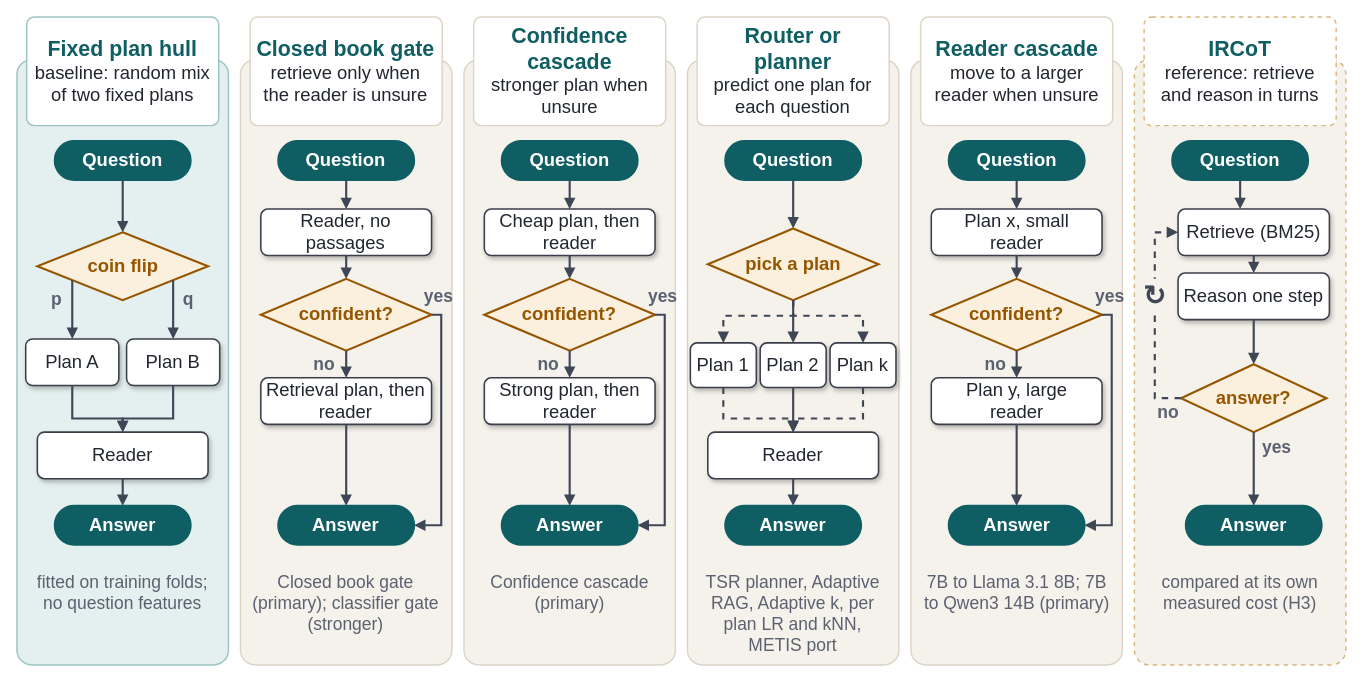
Above: results_full/figures_final/fig_policies.drawio in yasirsaleem-lab/FunnelPlan (draw.io), before the change. Source tidied: cells renumbered, new cells numbered last; positions are measured from the earlier drawing's top-left corner, leaving out a move shared by most shapes. Both pictures are drawn from the tidied source at 97%, with x=0, y=0 at pixel (16, 16).
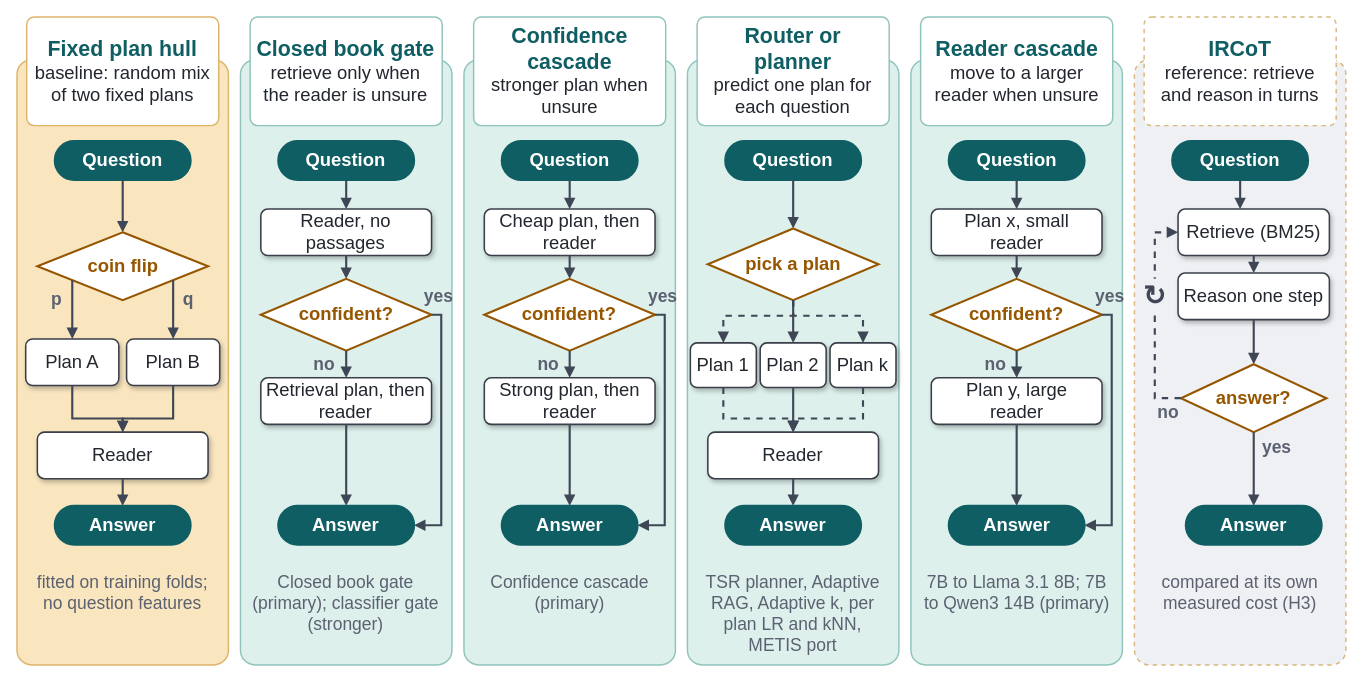
Above is the later version.

Commit message (it also covers changes not shown here):
Figures 1 and 2: brighter layer and column tints

The edit, as a diff of the source:
```diff
@@
-    <mxCell id="2" style="rounded=1;arcSize=7;html=1;fillColor=#E4F0EF;strokeColor=#9CC4C1;strokeWidth=1.5;" parent="1" vertex="1">
+    <mxCell id="2" style="rounded=1;arcSize=7;html=1;fillColor=#F9E6BF;strokeColor=#DDB46A;strokeWidth=1.5;" parent="1" vertex="1">
       <mxGeometry y="44" width="218" height="624" as="geometry" />
     </mxCell>
-    <mxCell id="3" style="rounded=1;arcSize=7;html=1;fillColor=#ffffff;strokeColor=#9CC4C1;strokeWidth=1.5;" parent="1" vertex="1">
+    <mxCell id="3" style="rounded=1;arcSize=7;html=1;fillColor=#ffffff;strokeColor=#DDB46A;strokeWidth=1.5;" parent="1" vertex="1">
       <mxGeometry x="10" width="198" height="112" as="geometry" />
     </mxCell>
@@
-    <mxCell id="9" style="rhombus;whiteSpace=wrap;html=1;fillColor=#FBF0DE;strokeColor=#965600;strokeWidth=2.2;" parent="1" vertex="1">
+    <mxCell id="9" style="rhombus;whiteSpace=wrap;html=1;fillColor=#ffffff;strokeColor=#965600;strokeWidth=2.2;" parent="1" vertex="1">
       <mxGeometry x="21" y="222" width="176" height="70" as="geometry" />
     </mxCell>
@@
-    <mxCell id="26" style="rounded=1;arcSize=7;html=1;fillColor=#F5F2EC;strokeColor=#DCD4C6;strokeWidth=1.5;" parent="1" vertex="1">
+    <mxCell id="26" style="rounded=1;arcSize=7;html=1;fillColor=#DDF0EC;strokeColor=#8FC3BC;strokeWidth=1.5;" parent="1" vertex="1">
       <mxGeometry x="230.4" y="44" width="218" height="624" as="geometry" />
     </mxCell>
-    <mxCell id="27" style="rounded=1;arcSize=7;html=1;fillColor=#ffffff;strokeColor=#DCD4C6;strokeWidth=1.5;" parent="1" vertex="1">
+    <mxCell id="27" style="rounded=1;arcSize=7;html=1;fillColor=#ffffff;strokeColor=#8FC3BC;strokeWidth=1.5;" parent="1" vertex="1">
       <mxGeometry x="240.4" width="198" height="112" as="geometry" />
     </mxCell>
@@
-    <mxCell id="36" style="rhombus;whiteSpace=wrap;html=1;fillColor=#FBF0DE;strokeColor=#965600;strokeWidth=2.2;" parent="1" vertex="1">
+    <mxCell id="36" style="rhombus;whiteSpace=wrap;html=1;fillColor=#ffffff;strokeColor=#965600;strokeWidth=2.2;" parent="1" vertex="1">
       <mxGeometry x="251.4" y="270" width="176" height="74" as="geometry" />
     </mxCell>
@@
-    <mxCell id="47" style="rounded=1;arcSize=7;html=1;fillColor=#F5F2EC;strokeColor=#DCD4C6;strokeWidth=1.5;" parent="1" vertex="1">
+    <mxCell id="47" style="rounded=1;arcSize=7;html=1;fillColor=#DDF0EC;strokeColor=#8FC3BC;strokeWidth=1.5;" parent="1" vertex="1">
       <mxGeometry x="460.8" y="44" width="218" height="624" as="geometry" />
     </mxCell>
-    <mxCell id="48" style="rounded=1;arcSize=7;html=1;fillColor=#ffffff;strokeColor=#DCD4C6;strokeWidth=1.5;" parent="1" vertex="1">
+    <mxCell id="48" style="rounded=1;arcSize=7;html=1;fillColor=#ffffff;strokeColor=#8FC3BC;strokeWidth=1.5;" parent="1" vertex="1">
       <mxGeometry x="470.8" width="198" height="112" as="geometry" />
     </mxCell>
@@
-    <mxCell id="57" style="rhombus;whiteSpace=wrap;html=1;fillColor=#FBF0DE;strokeColor=#965600;strokeWidth=2.2;" parent="1" vertex="1">
+    <mxCell id="57" style="rhombus;whiteSpace=wrap;html=1;fillColor=#ffffff;strokeColor=#965600;strokeWidth=2.2;" parent="1" vertex="1">
       <mxGeometry x="481.8" y="270" width="176" height="74" as="geometry" />
     </mxCell>
@@
-    <mxCell id="68" style="rounded=1;arcSize=7;html=1;fillColor=#F5F2EC;strokeColor=#DCD4C6;strokeWidth=1.5;" parent="1" vertex="1">
+    <mxCell id="68" style="rounded=1;arcSize=7;html=1;fillColor=#DDF0EC;strokeColor=#8FC3BC;strokeWidth=1.5;" parent="1" vertex="1">
       <mxGeometry x="691.2" y="44" width="218" height="624" as="geometry" />
     </mxCell>
-    <mxCell id="69" style="rounded=1;arcSize=7;html=1;fillColor=#ffffff;strokeColor=#DCD4C6;strokeWidth=1.5;" parent="1" vertex="1">
+    <mxCell id="69" style="rounded=1;arcSize=7;html=1;fillColor=#ffffff;strokeColor=#8FC3BC;strokeWidth=1.5;" parent="1" vertex="1">
       <mxGeometry x="701.2" width="198" height="112" as="geometry" />
     </mxCell>
@@
-    <mxCell id="75" style="rhombus;whiteSpace=wrap;html=1;fillColor=#FBF0DE;strokeColor=#965600;strokeWidth=2.2;" parent="1" vertex="1">
+    <mxCell id="75" style="rhombus;whiteSpace=wrap;html=1;fillColor=#ffffff;strokeColor=#965600;strokeWidth=2.2;" parent="1" vertex="1">
       <mxGeometry x="712.2" y="218" width="176" height="74" as="geometry" />
     </mxCell>
@@
-    <mxCell id="94" style="rounded=1;arcSize=7;html=1;fillColor=#F5F2EC;strokeColor=#DCD4C6;strokeWidth=1.5;" parent="1" vertex="1">
+    <mxCell id="94" style="rounded=1;arcSize=7;html=1;fillColor=#DDF0EC;strokeColor=#8FC3BC;strokeWidth=1.5;" parent="1" vertex="1">
       <mxGeometry x="921.6" y="44" width="218" height="624" as="geometry" />
     </mxCell>
-    <mxCell id="95" style="rounded=1;arcSize=7;html=1;fillColor=#ffffff;strokeColor=#DCD4C6;strokeWidth=1.5;" parent="1" vertex="1">
+    <mxCell id="95" style="rounded=1;arcSize=7;html=1;fillColor=#ffffff;strokeColor=#8FC3BC;strokeWidth=1.5;" parent="1" vertex="1">
       <mxGeometry x="931.6" width="198" height="112" as="geometry" />
     </mxCell>
@@
-    <mxCell id="104" style="rhombus;whiteSpace=wrap;html=1;fillColor=#FBF0DE;strokeColor=#965600;strokeWidth=2.2;" parent="1" vertex="1">
+    <mxCell id="104" style="rhombus;whiteSpace=wrap;html=1;fillColor=#ffffff;strokeColor=#965600;strokeWidth=2.2;" parent="1" vertex="1">
       <mxGeometry x="942.6" y="270" width="176" height="74" as="geometry" />
     </mxCell>
@@
-    <mxCell id="115" style="rounded=1;arcSize=7;html=1;fillColor=#F5F2EC;strokeColor=#D9B77E;strokeWidth=1.5;dashed=1;" parent="1" vertex="1">
+    <mxCell id="115" style="rounded=1;arcSize=7;html=1;fillColor=#EEF0F3;strokeColor=#D9B77E;strokeWidth=1.5;dashed=1;" parent="1" vertex="1">
       <mxGeometry x="1152" y="44" width="218" height="624" as="geometry" />
     </mxCell>
@@
-    <mxCell id="128" style="rhombus;whiteSpace=wrap;html=1;fillColor=#FBF0DE;strokeColor=#965600;strokeWidth=2.2;" parent="1" vertex="1">
+    <mxCell id="128" style="rhombus;whiteSpace=wrap;html=1;fillColor=#ffffff;strokeColor=#965600;strokeWidth=2.2;" parent="1" vertex="1">
       <mxGeometry x="1200" y="358" width="150" height="70" as="geometry" />
     </mxCell>
@@
-    <mxCell id="136" style="rounded=1;arcSize=20;html=1;fillColor=#F5F2EC;strokeColor=#F5F2EC;strokeWidth=0.5;" parent="1" vertex="1">
+    <mxCell id="136" style="rounded=1;arcSize=20;html=1;fillColor=#EEF0F3;strokeColor=#EEF0F3;strokeWidth=0.5;" parent="1" vertex="1">
       <mxGeometry x="1158" y="270" width="30" height="34" as="geometry" />
     </mxCell>
```
